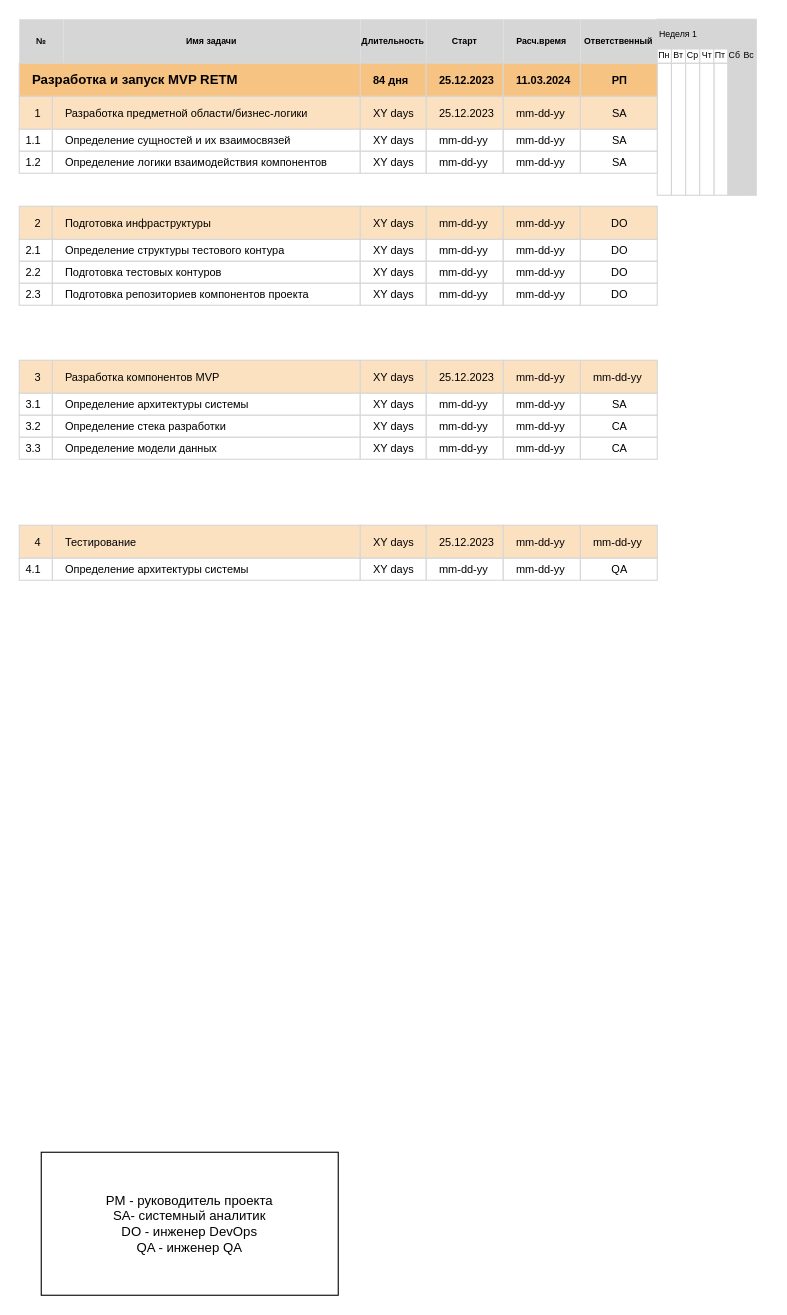
The draw.io diagram RETM_Gantt.drawio in rpurei/RETM-Schemes, before the edit. Source tidied: cells renumbered, new cells numbered last; positions are measured from the earlier drawing's top-left corner, leaving out a move shared by most shapes. Both pictures are drawn from the tidied source at 110%, with x=0, y=0 at pixel (19, 19).
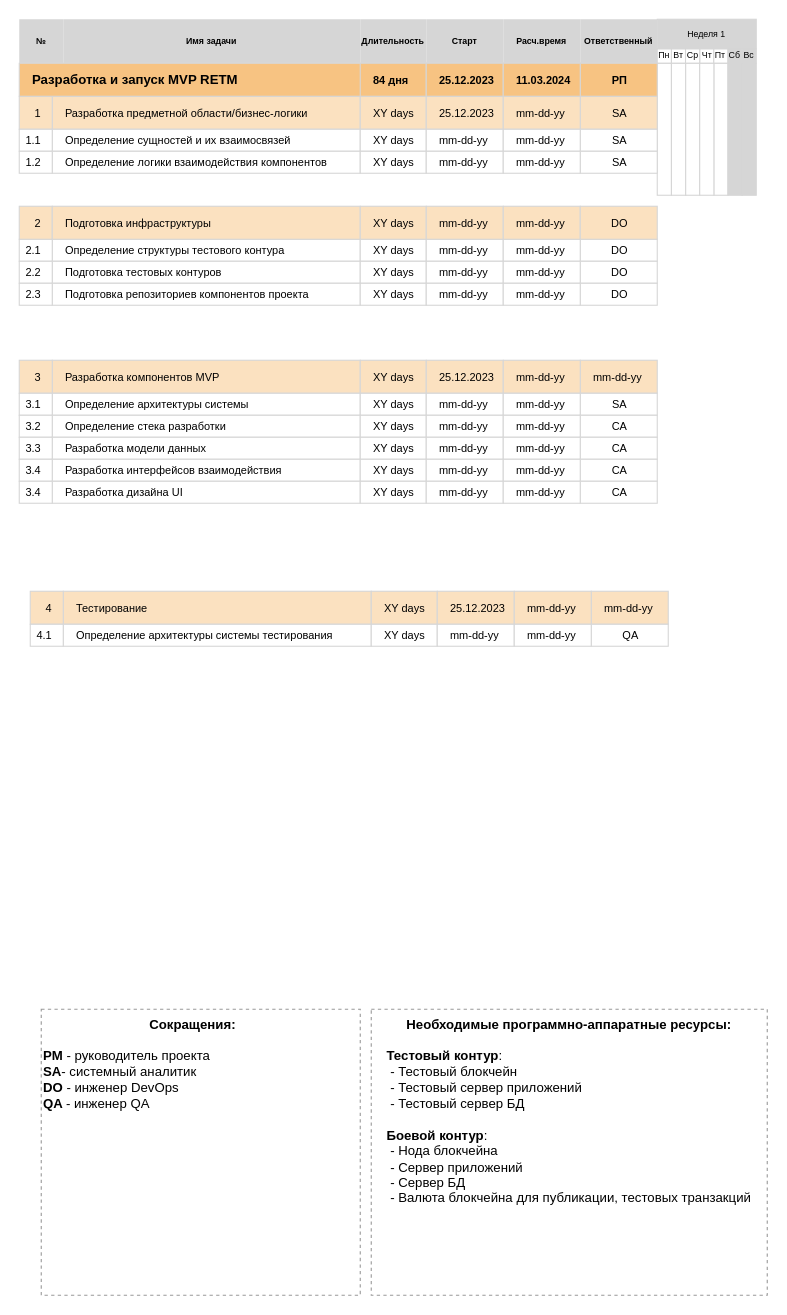
Above is the later version.

The change refers to these unchanged cells:
```xml
<mxCell id="87" style="group;fontSize=10;" parent="1" vertex="1">
  <mxGeometry x="580" width="90" height="39.9" as="geometry" />
</mxCell>
<mxCell id="118" style="group;" parent="1" vertex="1">
  <mxGeometry y="380" width="580" height="20" as="geometry" />
</mxCell>
```

Diff of the diagram source:
```diff
@@
-    <mxCell id="37" value="PM - руководитель проекта&lt;br&gt;SA- системный аналитик&lt;br&gt;DO - инженер DevOps&lt;br&gt;QA - инженер QA" style="rounded=0;whiteSpace=wrap;html=1;" parent="1" vertex="1">
-      <mxGeometry x="20" y="1030" width="270" height="130" as="geometry" />
+    <mxCell id="37" value="&lt;div style=&quot;text-align: center;&quot;&gt;&lt;b style=&quot;background-color: initial;&quot;&gt;&amp;nbsp; &amp;nbsp; &amp;nbsp; &amp;nbsp; &amp;nbsp; &amp;nbsp; &amp;nbsp; &amp;nbsp; &amp;nbsp; &amp;nbsp; &amp;nbsp; &amp;nbsp; &amp;nbsp; &amp;nbsp; &amp;nbsp;Сокращения:&lt;/b&gt;&lt;/div&gt;&lt;div style=&quot;text-align: center;&quot;&gt;&lt;br&gt;&lt;/div&gt;&lt;b&gt;PM &lt;/b&gt;- руководитель проекта&lt;br&gt;&lt;b&gt;SA&lt;/b&gt;- системный аналитик&lt;br&gt;&lt;b&gt;DO &lt;/b&gt;- инженер DevOps&lt;br&gt;&lt;b&gt;QA &lt;/b&gt;- инженер QA" style="rounded=0;whiteSpace=wrap;html=1;dashed=1;strokeColor=#999999;align=left;verticalAlign=top;" parent="1" vertex="1">
+      <mxGeometry x="20" y="900" width="290" height="260" as="geometry" />
     </mxCell>
@@
-    <mxCell id="88" value="Неделя 1" style="rounded=0;whiteSpace=wrap;html=1;strokeColor=#D6D6D6;fillColor=#D6D6D6;align=left;fontStyle=0;fontSize=8;" parent="87" vertex="1">
+    <mxCell id="88" value="Неделя 1" style="rounded=0;whiteSpace=wrap;html=1;strokeColor=#D6D6D6;fillColor=#D6D6D6;align=center;fontStyle=0;fontSize=8;" parent="87" vertex="1">
       <mxGeometry width="90" height="27" as="geometry" />
     </mxCell>
@@
     <mxCell id="104" style="group;" parent="1" vertex="1">
-      <mxGeometry y="460" width="580" height="30" as="geometry" />
+      <mxGeometry x="10" y="520" width="580" height="30" as="geometry" />
     </mxCell>
@@
     <mxCell id="111" style="group;" parent="1" vertex="1">
-      <mxGeometry y="490" width="580" height="20" as="geometry" />
+      <mxGeometry x="10" y="550" width="580" height="20" as="geometry" />
     </mxCell>
@@
-    <mxCell id="113" value="&lt;span style=&quot;font-size: 10px;&quot;&gt;Определение архитектуры системы&lt;/span&gt;" style="rounded=0;whiteSpace=wrap;html=1;strokeColor=#D6D6D6;fillColor=#FFFFFF;align=left;spacingLeft=10;fontSize=10;" parent="111" vertex="1">
+    <mxCell id="113" value="&lt;span style=&quot;font-size: 10px;&quot;&gt;Определение архитектуры системы тестирования&lt;/span&gt;" style="rounded=0;whiteSpace=wrap;html=1;strokeColor=#D6D6D6;fillColor=#FFFFFF;align=left;spacingLeft=10;fontSize=10;" parent="111" vertex="1">
       <mxGeometry x="30" width="280" height="20" as="geometry" />
     </mxCell>
@@
-    <mxCell id="120" value="&lt;span style=&quot;font-size: 10px;&quot;&gt;Определение модели данных&lt;/span&gt;" style="rounded=0;whiteSpace=wrap;html=1;strokeColor=#D6D6D6;fillColor=#FFFFFF;align=left;spacingLeft=10;fontSize=10;" parent="118" vertex="1">
+    <mxCell id="120" value="&lt;span style=&quot;font-size: 10px;&quot;&gt;Разработка модели данных&lt;/span&gt;" style="rounded=0;whiteSpace=wrap;html=1;strokeColor=#D6D6D6;fillColor=#FFFFFF;align=left;spacingLeft=10;fontSize=10;" parent="118" vertex="1">
       <mxGeometry x="30" width="280" height="20" as="geometry" />
     </mxCell>
@@
+    <mxCell id="125" style="group;" parent="1" vertex="1">
+      <mxGeometry y="400" width="580" height="20" as="geometry" />
+    </mxCell>
+    <mxCell id="126" value="&lt;div style=&quot;&quot;&gt;&lt;span style=&quot;background-color: initial;&quot;&gt;СА&lt;/span&gt;&lt;/div&gt;" style="rounded=0;whiteSpace=wrap;html=1;strokeColor=#D6D6D6;fillColor=#FFFFFF;align=center;spacingLeft=10;spacingRight=8;fontSize=10;" parent="125" vertex="1">
+      <mxGeometry x="510" width="70" height="20" as="geometry" />
+    </mxCell>
+    <mxCell id="127" value="Разработка&amp;nbsp;&lt;span style=&quot;font-size: 10px;&quot;&gt;интерфейсов взаимодействия&lt;/span&gt;" style="rounded=0;whiteSpace=wrap;html=1;strokeColor=#D6D6D6;fillColor=#FFFFFF;align=left;spacingLeft=10;fontSize=10;" parent="125" vertex="1">
+      <mxGeometry x="30" width="280" height="20" as="geometry" />
+    </mxCell>
+    <mxCell id="128" value="3.4" style="rounded=0;whiteSpace=wrap;html=1;strokeColor=#D6D6D6;fillColor=#FFFFFF;align=right;spacingLeft=10;spacingRight=8;fontSize=10;" parent="125" vertex="1">
+      <mxGeometry width="30" height="20" as="geometry" />
+    </mxCell>
+    <mxCell id="129" value="XY days" style="rounded=0;whiteSpace=wrap;html=1;strokeColor=#D6D6D6;fillColor=#FFFFFF;align=left;spacingLeft=10;spacingRight=8;fontSize=10;" parent="125" vertex="1">
+      <mxGeometry x="310" width="60" height="20" as="geometry" />
+    </mxCell>
+    <mxCell id="130" value="mm-dd-yy" style="rounded=0;whiteSpace=wrap;html=1;strokeColor=#D6D6D6;fillColor=#FFFFFF;align=left;spacingLeft=10;spacingRight=8;fontSize=10;" parent="125" vertex="1">
+      <mxGeometry x="370" width="70" height="20" as="geometry" />
+    </mxCell>
+    <mxCell id="131" value="mm-dd-yy" style="rounded=0;whiteSpace=wrap;html=1;strokeColor=#D6D6D6;fillColor=#FFFFFF;align=left;spacingLeft=10;spacingRight=8;fontSize=10;" parent="125" vertex="1">
+      <mxGeometry x="440" width="70" height="20" as="geometry" />
+    </mxCell>
+    <mxCell id="132" value="&lt;b&gt;Необходимые программно-аппаратные ресурсы:&lt;br&gt;&lt;/b&gt;&lt;br&gt;&lt;div style=&quot;text-align: left;&quot;&gt;&lt;span style=&quot;background-color: initial;&quot;&gt;&lt;b&gt;Тестовый контур&lt;/b&gt;:&lt;/span&gt;&lt;/div&gt;&lt;div style=&quot;text-align: left;&quot;&gt;&amp;nbsp;- Тестовый блокчейн&lt;/div&gt;&lt;div style=&quot;text-align: left;&quot;&gt;&amp;nbsp;- Тестовый сервер приложений&lt;/div&gt;&lt;div style=&quot;text-align: left;&quot;&gt;&amp;nbsp;- Тестовый сервер БД&lt;/div&gt;&lt;div style=&quot;text-align: left;&quot;&gt;&lt;br&gt;&lt;/div&gt;&lt;div style=&quot;text-align: left;&quot;&gt;&lt;b&gt;Боевой контур&lt;/b&gt;:&lt;/div&gt;&lt;div style=&quot;text-align: left;&quot;&gt;&amp;nbsp;- Нода блокчейна&lt;/div&gt;&lt;div style=&quot;text-align: left;&quot;&gt;&amp;nbsp;- Сервер приложений&lt;/div&gt;&lt;div style=&quot;text-align: left;&quot;&gt;&amp;nbsp;- Сервер БД&lt;/div&gt;&lt;div style=&quot;text-align: left;&quot;&gt;&amp;nbsp;- Валюта блокчейна для публикации, тестовых транзакций&lt;/div&gt;" style="rounded=0;whiteSpace=wrap;html=1;strokeColor=#999999;dashed=1;verticalAlign=top;" parent="1" vertex="1">
+      <mxGeometry x="320" y="900" width="360" height="260" as="geometry" />
+    </mxCell>
+    <mxCell id="133" style="group;" parent="1" vertex="1">
+      <mxGeometry y="420" width="580" height="20" as="geometry" />
+    </mxCell>
+    <mxCell id="134" value="&lt;div style=&quot;&quot;&gt;&lt;span style=&quot;background-color: initial;&quot;&gt;СА&lt;/span&gt;&lt;/div&gt;" style="rounded=0;whiteSpace=wrap;html=1;strokeColor=#D6D6D6;fillColor=#FFFFFF;align=center;spacingLeft=10;spacingRight=8;fontSize=10;" parent="133" vertex="1">
+      <mxGeometry x="510" width="70" height="20" as="geometry" />
+    </mxCell>
+    <mxCell id="135" value="Разработка&amp;nbsp;дизайна&amp;nbsp;UI" style="rounded=0;whiteSpace=wrap;html=1;strokeColor=#D6D6D6;fillColor=#FFFFFF;align=left;spacingLeft=10;fontSize=10;" parent="133" vertex="1">
+      <mxGeometry x="30" width="280" height="20" as="geometry" />
+    </mxCell>
+    <mxCell id="136" value="3.4" style="rounded=0;whiteSpace=wrap;html=1;strokeColor=#D6D6D6;fillColor=#FFFFFF;align=right;spacingLeft=10;spacingRight=8;fontSize=10;" parent="133" vertex="1">
+      <mxGeometry width="30" height="20" as="geometry" />
+    </mxCell>
+    <mxCell id="137" value="XY days" style="rounded=0;whiteSpace=wrap;html=1;strokeColor=#D6D6D6;fillColor=#FFFFFF;align=left;spacingLeft=10;spacingRight=8;fontSize=10;" parent="133" vertex="1">
+      <mxGeometry x="310" width="60" height="20" as="geometry" />
+    </mxCell>
+    <mxCell id="138" value="mm-dd-yy" style="rounded=0;whiteSpace=wrap;html=1;strokeColor=#D6D6D6;fillColor=#FFFFFF;align=left;spacingLeft=10;spacingRight=8;fontSize=10;" parent="133" vertex="1">
+      <mxGeometry x="370" width="70" height="20" as="geometry" />
+    </mxCell>
+    <mxCell id="139" value="mm-dd-yy" style="rounded=0;whiteSpace=wrap;html=1;strokeColor=#D6D6D6;fillColor=#FFFFFF;align=left;spacingLeft=10;spacingRight=8;fontSize=10;" parent="133" vertex="1">
+      <mxGeometry x="440" width="70" height="20" as="geometry" />
+    </mxCell>
```
